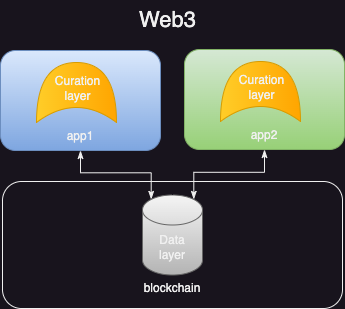
Above: .gitbook/assets/bitcache-do vs dc.drawio (1).png in jadwahab/bitcache-spec (draw.io), before the change. Source tidied: cells renumbered, new cells last; positions are measured from the earlier drawing's top-left corner, leaving out a move shared by most shapes. Its diagram source:
```xml
<mxGraphModel>
  <root>
    <mxCell id="0" />
    <mxCell id="1" parent="0" />
    <mxCell id="2" value="&lt;br&gt;&lt;br&gt;&lt;br&gt;&lt;br&gt;&lt;br&gt;&lt;br&gt;blockchain" style="rounded=1;whiteSpace=wrap;html=1;" parent="1" vertex="1">
      <mxGeometry x="2" y="181" width="340" height="127" as="geometry" />
    </mxCell>
    <mxCell id="3" style="edgeStyle=orthogonalEdgeStyle;rounded=0;jettySize=auto;html=1;entryX=0.145;entryY=0;entryDx=0;entryDy=4.35;startArrow=classicThin;startFill=1;endArrow=classicThin;endFill=1;entryPerimeter=0;" parent="1" edge="1" source="4" target="6">
      <mxGeometry relative="1" as="geometry" />
    </mxCell>
    <mxCell id="4" value="&lt;br&gt;&lt;br&gt;&lt;br&gt;&lt;br&gt;&lt;br&gt;app1" style="rounded=1;whiteSpace=wrap;html=1;fillColor=#dae8fc;gradientColor=#7ea6e0;strokeColor=#6c8ebf;" parent="1" vertex="1">
      <mxGeometry y="50" width="160" height="100" as="geometry" />
    </mxCell>
    <mxCell id="5" value="&lt;font style=&quot;font-size: 22px;&quot;&gt;Web3&lt;/font&gt;" style="text;html=1;align=center;verticalAlign=middle;points=[];strokeColor=none;fillColor=none;" parent="1" vertex="1">
      <mxGeometry x="127" width="80" height="40" as="geometry" />
    </mxCell>
    <mxCell id="6" value="Data&lt;br&gt;layer" style="shape=cylinder3;whiteSpace=wrap;html=1;boundedLbl=1;backgroundOutline=1;size=15;fillColor=#f5f5f5;gradientColor=#b3b3b3;strokeColor=#666666;" parent="1" vertex="1">
      <mxGeometry x="142" y="194.5" width="60" height="80" as="geometry" />
    </mxCell>
    <mxCell id="7" style="edgeStyle=orthogonalEdgeStyle;rounded=0;jettySize=auto;html=1;startArrow=classicThin;startFill=1;endArrow=classicThin;endFill=1;entryX=0.855;entryY=0;entryDx=0;entryDy=4.35;entryPerimeter=0;" parent="1" edge="1" source="8" target="6">
      <mxGeometry relative="1" as="geometry" />
    </mxCell>
    <mxCell id="8" value="&lt;br&gt;&lt;br&gt;&lt;br&gt;&lt;br&gt;&lt;br&gt;app2" style="rounded=1;whiteSpace=wrap;html=1;fillColor=#d5e8d4;gradientColor=#97d077;strokeColor=#82b366;" parent="1" vertex="1">
      <mxGeometry x="184" y="49" width="160" height="100" as="geometry" />
    </mxCell>
    <mxCell id="9" style="shape=xor;whiteSpace=wrap;html=1;rotation=-90;fillColor=#ffcd28;gradientColor=#ffa500;strokeColor=#d79b00;" parent="1" vertex="1">
      <mxGeometry x="46" y="52" width="60" height="80" as="geometry" />
    </mxCell>
    <mxCell id="10" value="Curation&lt;br&gt;layer" style="text;html=1;align=center;verticalAlign=middle;strokeColor=none;fillColor=none;" parent="1" vertex="1">
      <mxGeometry x="42" y="68" width="70" height="40" as="geometry" />
    </mxCell>
    <mxCell id="11" style="shape=xor;whiteSpace=wrap;html=1;rotation=-90;fillColor=#ffcd28;gradientColor=#ffa500;strokeColor=#d79b00;" parent="1" vertex="1">
      <mxGeometry x="230" y="51" width="60" height="80" as="geometry" />
    </mxCell>
    <mxCell id="12" value="Curation&lt;br&gt;layer" style="text;html=1;align=center;verticalAlign=middle;strokeColor=none;fillColor=none;" parent="1" vertex="1">
      <mxGeometry x="226" y="67" width="70" height="40" as="geometry" />
    </mxCell>
  </root>
</mxGraphModel>
```
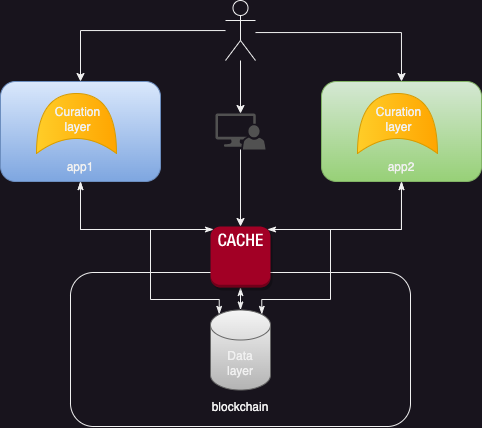
Above is the later version.

Commit message:
GITBOOK-9: clarify caching layer + FAQ

Change to the diagram source:
```diff
@@ -2,38 +2,98 @@
   <root>
     <mxCell id="0" />
     <mxCell id="1" parent="0" />
-    <mxCell id="2" value="&lt;br&gt;&lt;br&gt;&lt;br&gt;&lt;br&gt;&lt;br&gt;&lt;br&gt;blockchain" style="rounded=1;whiteSpace=wrap;html=1;" parent="1" vertex="1">
-      <mxGeometry x="2" y="181" width="340" height="127" as="geometry" />
+    <mxCell id="2" value="&lt;br&gt;&lt;br&gt;&lt;br&gt;&lt;br&gt;&lt;br&gt;&lt;br&gt;&lt;br&gt;&lt;br&gt;blockchain" style="rounded=1;whiteSpace=wrap;html=1;" parent="1" vertex="1">
+      <mxGeometry x="-5" y="1073" width="340" height="154" as="geometry" />
     </mxCell>
-    <mxCell id="3" style="edgeStyle=orthogonalEdgeStyle;rounded=0;jettySize=auto;html=1;entryX=0.145;entryY=0;entryDx=0;entryDy=4.35;startArrow=classicThin;startFill=1;endArrow=classicThin;endFill=1;entryPerimeter=0;" parent="1" edge="1" source="4" target="6">
-      <mxGeometry relative="1" as="geometry" />
+    <mxCell id="3" style="edgeStyle=orthogonalEdgeStyle;rounded=0;jettySize=auto;html=1;startArrow=classicThin;startFill=1;endArrow=classicThin;endFill=1;entryX=0.05;entryY=0.05;entryDx=0;entryDy=0;entryPerimeter=0;exitX=0.5;exitY=1;exitDx=0;exitDy=0;" parent="1" edge="1" source="5" target="19">
+      <mxGeometry relative="1" as="geometry">
+        <Array as="points">
+          <mxPoint x="5" y="1030" />
+          <mxPoint x="138" y="1030" />
+        </Array>
+      </mxGeometry>
     </mxCell>
-    <mxCell id="4" value="&lt;br&gt;&lt;br&gt;&lt;br&gt;&lt;br&gt;&lt;br&gt;app1" style="rounded=1;whiteSpace=wrap;html=1;fillColor=#dae8fc;gradientColor=#7ea6e0;strokeColor=#6c8ebf;" parent="1" vertex="1">
-      <mxGeometry y="50" width="160" height="100" as="geometry" />
+    <mxCell id="4" style="edgeStyle=orthogonalEdgeStyle;rounded=0;jettySize=auto;html=1;entryX=0.145;entryY=0;entryDx=0;entryDy=4.35;entryPerimeter=0;startArrow=classicThin;startFill=1;endArrow=classicThin;endFill=1;" parent="1" edge="1" target="6">
+      <mxGeometry relative="1" as="geometry">
+        <mxPoint x="5" y="982" as="sourcePoint" />
+        <Array as="points">
+          <mxPoint x="5" y="1030" />
+          <mxPoint x="75" y="1030" />
+          <mxPoint x="75" y="1100" />
+          <mxPoint x="144" y="1100" />
+        </Array>
+      </mxGeometry>
     </mxCell>
-    <mxCell id="5" value="&lt;font style=&quot;font-size: 22px;&quot;&gt;Web3&lt;/font&gt;" style="text;html=1;align=center;verticalAlign=middle;points=[];strokeColor=none;fillColor=none;" parent="1" vertex="1">
-      <mxGeometry x="127" width="80" height="40" as="geometry" />
+    <mxCell id="5" value="&lt;br&gt;&lt;br&gt;&lt;br&gt;&lt;br&gt;&lt;br&gt;app1" style="rounded=1;whiteSpace=wrap;html=1;fillColor=#dae8fc;gradientColor=#7ea6e0;strokeColor=#6c8ebf;" parent="1" vertex="1">
+      <mxGeometry x="-75" y="882" width="160" height="100" as="geometry" />
     </mxCell>
     <mxCell id="6" value="Data&lt;br&gt;layer" style="shape=cylinder3;whiteSpace=wrap;html=1;boundedLbl=1;backgroundOutline=1;size=15;fillColor=#f5f5f5;gradientColor=#b3b3b3;strokeColor=#666666;" parent="1" vertex="1">
-      <mxGeometry x="142" y="194.5" width="60" height="80" as="geometry" />
+      <mxGeometry x="135" y="1110.5" width="60" height="80" as="geometry" />
     </mxCell>
-    <mxCell id="7" style="edgeStyle=orthogonalEdgeStyle;rounded=0;jettySize=auto;html=1;startArrow=classicThin;startFill=1;endArrow=classicThin;endFill=1;entryX=0.855;entryY=0;entryDx=0;entryDy=4.35;entryPerimeter=0;" parent="1" edge="1" source="8" target="6">
-      <mxGeometry relative="1" as="geometry" />
+    <mxCell id="7" style="edgeStyle=orthogonalEdgeStyle;rounded=0;jettySize=auto;html=1;startArrow=classicThin;startFill=1;endArrow=classicThin;endFill=1;entryX=0.95;entryY=0.05;entryDx=0;entryDy=0;entryPerimeter=0;exitX=0.5;exitY=1;exitDx=0;exitDy=0;" parent="1" edge="1" source="9" target="19">
+      <mxGeometry relative="1" as="geometry">
+        <Array as="points">
+          <mxPoint x="326" y="1030" />
+          <mxPoint x="192" y="1030" />
+        </Array>
+      </mxGeometry>
     </mxCell>
-    <mxCell id="8" value="&lt;br&gt;&lt;br&gt;&lt;br&gt;&lt;br&gt;&lt;br&gt;app2" style="rounded=1;whiteSpace=wrap;html=1;fillColor=#d5e8d4;gradientColor=#97d077;strokeColor=#82b366;" parent="1" vertex="1">
-      <mxGeometry x="184" y="49" width="160" height="100" as="geometry" />
+    <mxCell id="8" style="edgeStyle=orthogonalEdgeStyle;rounded=0;jettySize=auto;html=1;entryX=0.855;entryY=0;entryDx=0;entryDy=4.35;entryPerimeter=0;exitX=0.5;exitY=1;exitDx=0;exitDy=0;startArrow=classicThin;startFill=1;endArrow=classicThin;endFill=1;" parent="1" edge="1" source="9" target="6">
+      <mxGeometry relative="1" as="geometry">
+        <Array as="points">
+          <mxPoint x="326" y="1030" />
+          <mxPoint x="255" y="1030" />
+          <mxPoint x="255" y="1100" />
+          <mxPoint x="186" y="1100" />
+        </Array>
+      </mxGeometry>
     </mxCell>
-    <mxCell id="9" style="shape=xor;whiteSpace=wrap;html=1;rotation=-90;fillColor=#ffcd28;gradientColor=#ffa500;strokeColor=#d79b00;" parent="1" vertex="1">
-      <mxGeometry x="46" y="52" width="60" height="80" as="geometry" />
+    <mxCell id="9" value="&lt;br&gt;&lt;br&gt;&lt;br&gt;&lt;br&gt;&lt;br&gt;app2" style="rounded=1;whiteSpace=wrap;html=1;fillColor=#d5e8d4;gradientColor=#97d077;strokeColor=#82b366;" parent="1" vertex="1">
+      <mxGeometry x="246" y="882" width="160" height="100" as="geometry" />
     </mxCell>
-    <mxCell id="10" value="Curation&lt;br&gt;layer" style="text;html=1;align=center;verticalAlign=middle;strokeColor=none;fillColor=none;" parent="1" vertex="1">
-      <mxGeometry x="42" y="68" width="70" height="40" as="geometry" />
+    <mxCell id="10" style="shape=xor;whiteSpace=wrap;html=1;rotation=-90;fillColor=#ffcd28;gradientColor=#ffa500;strokeColor=#d79b00;" parent="1" vertex="1">
+      <mxGeometry x="-29" y="884" width="60" height="80" as="geometry" />
     </mxCell>
-    <mxCell id="11" style="shape=xor;whiteSpace=wrap;html=1;rotation=-90;fillColor=#ffcd28;gradientColor=#ffa500;strokeColor=#d79b00;" parent="1" vertex="1">
-      <mxGeometry x="230" y="51" width="60" height="80" as="geometry" />
+    <mxCell id="11" value="Curation&lt;br&gt;layer" style="text;html=1;align=center;verticalAlign=middle;strokeColor=none;fillColor=none;" parent="1" vertex="1">
+      <mxGeometry x="-33" y="900" width="70" height="40" as="geometry" />
     </mxCell>
-    <mxCell id="12" value="Curation&lt;br&gt;layer" style="text;html=1;align=center;verticalAlign=middle;strokeColor=none;fillColor=none;" parent="1" vertex="1">
-      <mxGeometry x="226" y="67" width="70" height="40" as="geometry" />
+    <mxCell id="12" style="shape=xor;whiteSpace=wrap;html=1;rotation=-90;fillColor=#ffcd28;gradientColor=#ffa500;strokeColor=#d79b00;" parent="1" vertex="1">
+      <mxGeometry x="292" y="884" width="60" height="80" as="geometry" />
     </mxCell>
+    <mxCell id="13" value="Curation&lt;br&gt;layer" style="text;html=1;align=center;verticalAlign=middle;strokeColor=none;fillColor=none;" parent="1" vertex="1">
+      <mxGeometry x="288" y="900" width="70" height="40" as="geometry" />
+    </mxCell>
+    <mxCell id="14" style="edgeStyle=orthogonalEdgeStyle;rounded=0;jettySize=auto;html=1;entryX=0.5;entryY=0;entryDx=0;entryDy=0;" parent="1" edge="1" source="17" target="5">
+      <mxGeometry relative="1" as="geometry">
+        <Array as="points">
+          <mxPoint x="5" y="831" />
+        </Array>
+      </mxGeometry>
+    </mxCell>
+    <mxCell id="15" style="edgeStyle=orthogonalEdgeStyle;rounded=0;jettySize=auto;html=1;entryX=0.5;entryY=0;entryDx=0;entryDy=0;" parent="1" edge="1" source="17" target="9">
+      <mxGeometry relative="1" as="geometry">
+        <Array as="points">
+          <mxPoint x="326" y="833" />
+        </Array>
+      </mxGeometry>
+    </mxCell>
+    <mxCell id="16" style="edgeStyle=orthogonalEdgeStyle;rounded=0;jettySize=auto;html=1;" parent="1" edge="1" source="17" target="21">
+      <mxGeometry relative="1" as="geometry" />
+    </mxCell>
+    <mxCell id="17" style="shape=umlActor;verticalLabelPosition=bottom;verticalAlign=top;html=1;outlineConnect=0;" parent="1" vertex="1">
+      <mxGeometry x="150" y="801" width="30" height="60" as="geometry" />
+    </mxCell>
+    <mxCell id="18" style="edgeStyle=orthogonalEdgeStyle;rounded=0;jettySize=auto;html=1;startArrow=classicThin;startFill=1;endArrow=classicThin;endFill=1;" parent="1" edge="1" source="19" target="6">
+      <mxGeometry relative="1" as="geometry" />
+    </mxCell>
+    <mxCell id="19" style="outlineConnect=0;dashed=0;verticalLabelPosition=bottom;verticalAlign=top;align=center;html=1;shape=mxgraph.aws3.cache_node;fillColor=#a20025;strokeColor=#6F0000;fontColor=#ffffff;shadow=1;" parent="1" vertex="1">
+      <mxGeometry x="135" y="1027" width="60" height="61" as="geometry" />
+    </mxCell>
+    <mxCell id="20" style="edgeStyle=orthogonalEdgeStyle;rounded=0;jettySize=auto;html=1;entryX=0.5;entryY=0;entryDx=0;entryDy=0;entryPerimeter=0;" parent="1" edge="1" source="21" target="19">
+      <mxGeometry relative="1" as="geometry" />
+    </mxCell>
+    <mxCell id="21" style="sketch=0;shadow=0;dashed=0;html=1;strokeColor=none;labelPosition=center;verticalLabelPosition=bottom;verticalAlign=top;align=center;fillColor=#515151;shape=mxgraph.mscae.system_center.admin_console;" parent="1" vertex="1">
+      <mxGeometry x="140" y="914" width="50" height="36" as="geometry" />
+    </mxCell>
   </root>
 </mxGraphModel>
```
